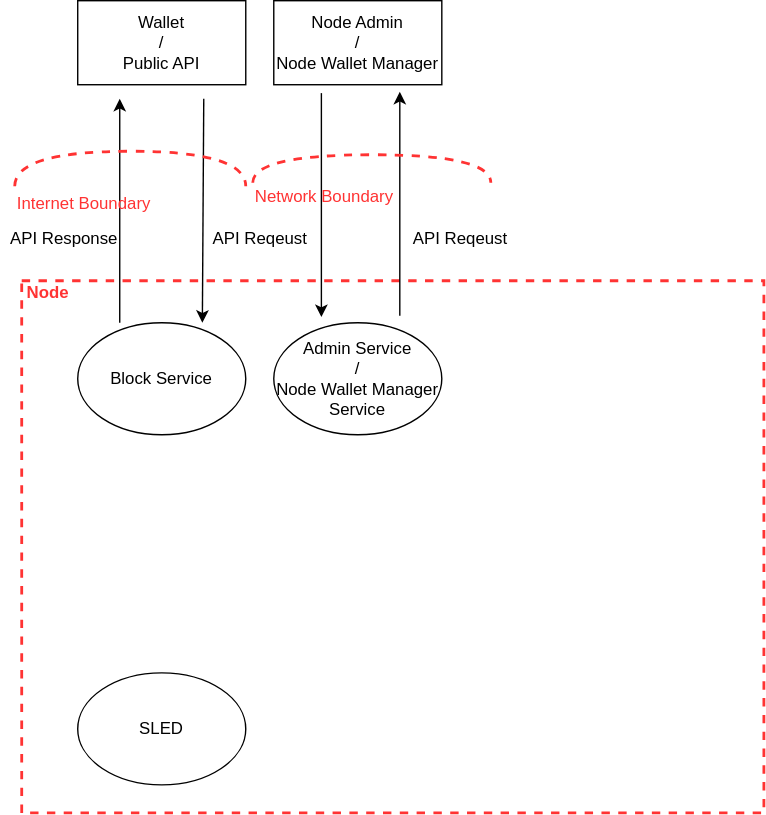
Above: docs/threat.drawio.svg in pognetwork/champ (draw.io), before the change. Source tidied: cells renumbered, new cells last; positions are measured from the earlier drawing's top-left corner, leaving out a move shared by most shapes.
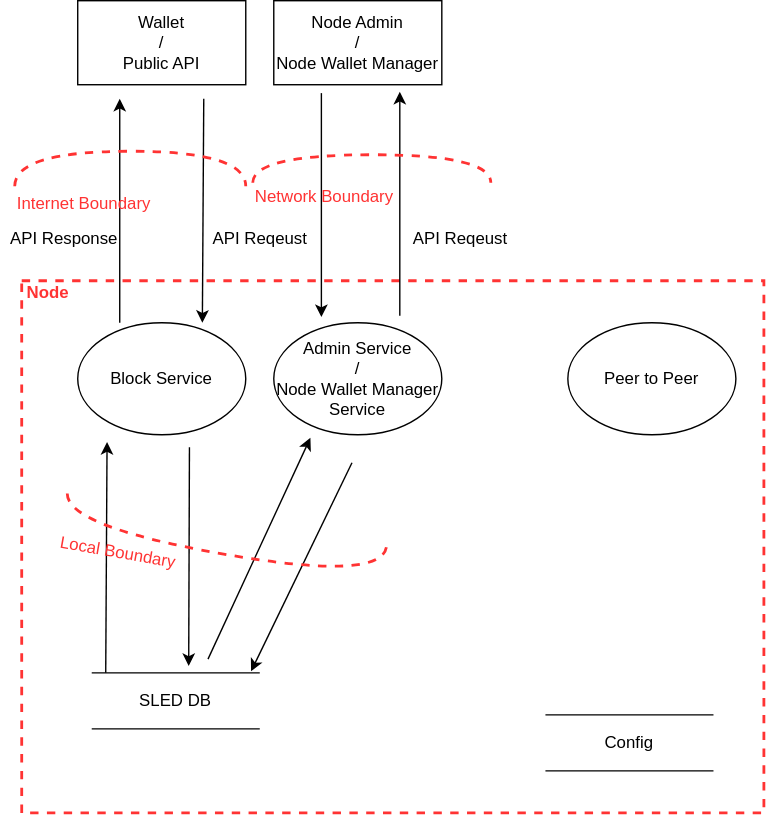
After the commit.

Commit message:
continued model

The edit, as a diff of the source:
```diff
@@ -56,8 +56,31 @@
     <mxCell id="15" value="Network Boundary" style="shape=requiredInterface;html=1;verticalLabelPosition=bottom;dashed=1;strokeColor=#FF3333;strokeWidth=2;fillColor=none;fontColor=#FF3333;align=left;direction=north;" parent="1" vertex="1">
       <mxGeometry x="180" y="110" width="170" height="20" as="geometry" />
     </mxCell>
-    <mxCell id="16" value="SLED" style="ellipse;whiteSpace=wrap;html=1;" parent="1" vertex="1">
-      <mxGeometry x="55" y="480" width="120" height="80" as="geometry" />
-    </mxCell>
+    <mxCell id="17" style="endArrow=classic;html=1;fontColor=#FF3333;entryX=0.115;entryY=0.303;entryDx=0;entryDy=0;entryPerimeter=0;" parent="1" edge="1" target="2">
+      <mxGeometry relative="1" as="geometry">
+        <mxPoint x="75" y="480" as="sourcePoint" />
+      </mxGeometry>
+    </mxCell>
+    <mxCell id="18" value="Peer to Peer" style="ellipse;whiteSpace=wrap;html=1;" parent="1" vertex="1">
+      <mxGeometry x="405" y="230" width="120" height="80" as="geometry" />
+    </mxCell>
+    <mxCell id="19" style="endArrow=classic;html=1;fontColor=#FF3333;entryX=0.389;entryY=0.295;entryDx=0;entryDy=0;entryPerimeter=0;exitX=0.251;exitY=0.711;exitDx=0;exitDy=0;exitPerimeter=0;" parent="1" edge="1" source="2" target="2">
+      <mxGeometry relative="1" as="geometry" />
+    </mxCell>
+    <mxCell id="20" style="endArrow=classic;html=1;fontColor=#FF3333;entryX=0.225;entryY=0.724;entryDx=0;entryDy=0;entryPerimeter=0;exitX=0.226;exitY=0.313;exitDx=0;exitDy=0;exitPerimeter=0;" parent="1" edge="1" source="2" target="2">
+      <mxGeometry relative="1" as="geometry" />
+    </mxCell>
+    <mxCell id="21" style="endArrow=classic;html=1;fontColor=#FF3333;entryX=0.309;entryY=0.734;entryDx=0;entryDy=0;entryPerimeter=0;exitX=0.445;exitY=0.342;exitDx=0;exitDy=0;exitPerimeter=0;" parent="1" edge="1" source="2" target="2">
+      <mxGeometry relative="1" as="geometry" />
+    </mxCell>
+    <mxCell id="22" value="SLED DB" style="shape=partialRectangle;whiteSpace=wrap;html=1;left=0;right=0;fillColor=none;" parent="1" vertex="1">
+      <mxGeometry x="65" y="480" width="120" height="40" as="geometry" />
+    </mxCell>
+    <mxCell id="23" value="Local Boundary" style="shape=requiredInterface;html=1;verticalLabelPosition=bottom;dashed=1;strokeColor=#FF3333;strokeWidth=2;fillColor=none;fontColor=#FF3333;align=left;direction=south;rotation=10;" parent="1" vertex="1">
+      <mxGeometry x="43.8" y="370" width="231.2" height="25" as="geometry" />
+    </mxCell>
+    <mxCell id="24" value="Config" style="shape=partialRectangle;whiteSpace=wrap;html=1;left=0;right=0;fillColor=none;" parent="1" vertex="1">
+      <mxGeometry x="389" y="510" width="120" height="40" as="geometry" />
+    </mxCell>
   </root>
 </mxGraphModel>
```
